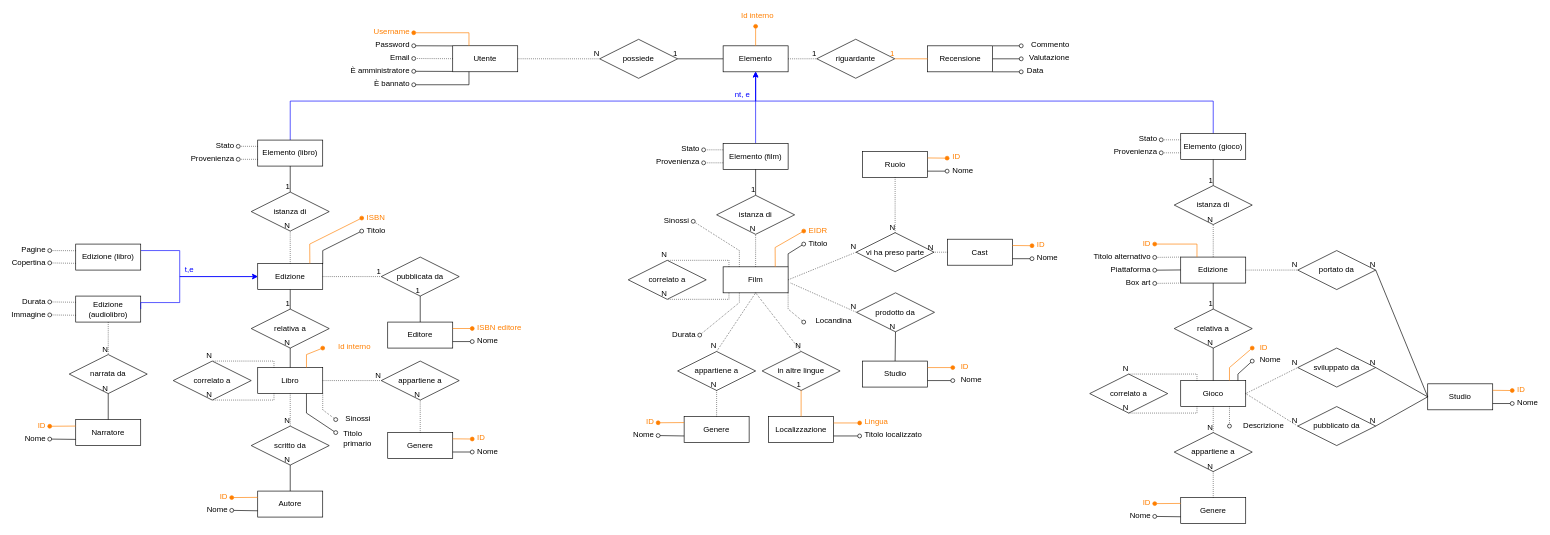
Above: schema-finale.drawio in Steffo99/unimore-bdd-2020-alexandria (draw.io), before the change. Source tidied: cells renumbered, new cells numbered last; positions are measured from the earlier drawing's top-left corner, leaving out a move shared by most shapes. Both pictures are drawn from the tidied source at 65%, with x=0, y=0 at pixel (49, 26).
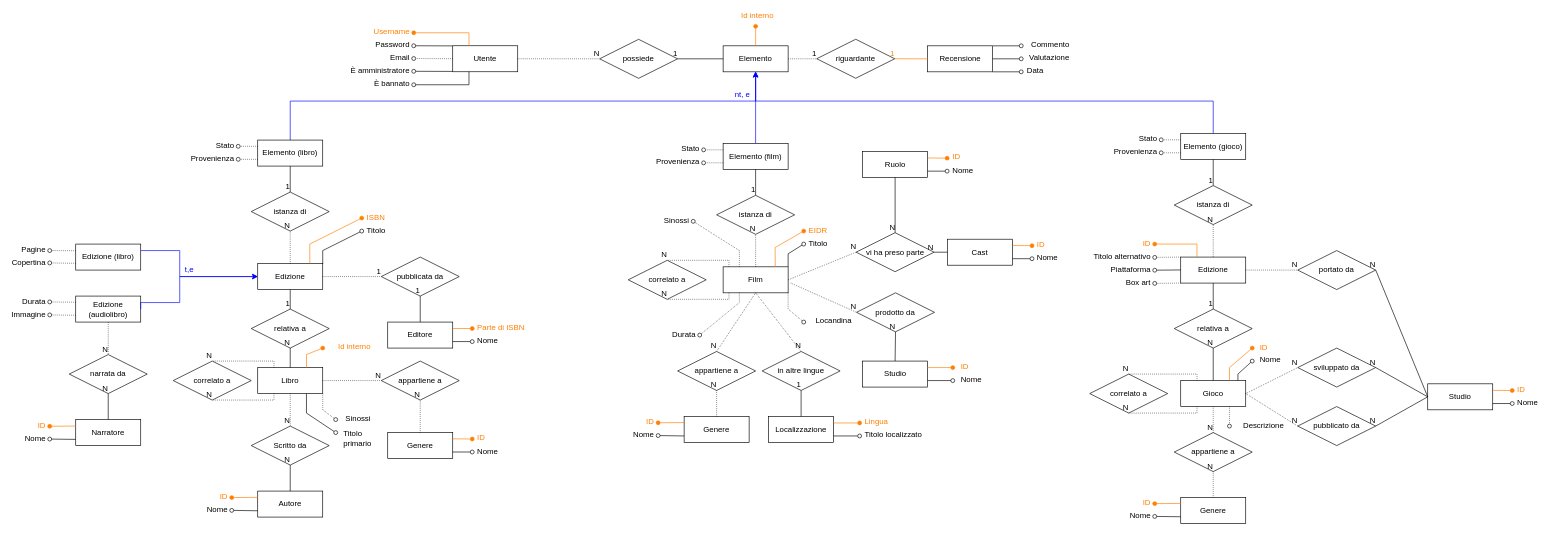
After the change.

Unchanged cells that the change refers to:
```xml
<mxCell id="55" value="Localizzazione" style="whiteSpace=wrap;html=1;align=center;" parent="1" vertex="1">
  <mxGeometry x="1106" y="600.2" width="100" height="40" as="geometry" />
</mxCell>
<mxCell id="57" value="Ruolo" style="whiteSpace=wrap;html=1;align=center;" parent="1" vertex="1">
  <mxGeometry x="1250.6" y="192.5" width="100" height="40" as="geometry" />
</mxCell>
<mxCell id="58" value="Cast" style="whiteSpace=wrap;html=1;align=center;" parent="1" vertex="1">
  <mxGeometry x="1381.2" y="327.5" width="100" height="40" as="geometry" />
</mxCell>
<mxCell id="74" value="vi ha preso parte" style="shape=rhombus;perimeter=rhombusPerimeter;whiteSpace=wrap;html=1;align=center;strokeColor=#000000;" parent="1" vertex="1">
  <mxGeometry x="1240.6" y="317.5" width="120" height="60" as="geometry" />
</mxCell>
<mxCell id="79" value="in altre lingue" style="shape=rhombus;perimeter=rhombusPerimeter;whiteSpace=wrap;html=1;align=center;" parent="1" vertex="1">
  <mxGeometry x="1096" y="500.2" width="120" height="60" as="geometry" />
</mxCell>
<mxCell id="132" style="endArrow=oval;html=1;rounded=0;strokeColor=#FF7F00;exitX=1;exitY=0.5;exitDx=0;exitDy=0;endFill=1;" parent="1" edge="1">
  <mxGeometry relative="1" as="geometry">
    <mxPoint x="620" y="464.9" as="sourcePoint" />
    <mxPoint x="650" y="464.9" as="targetPoint" />
  </mxGeometry>
</mxCell>
```

The edit, as a diff of the source:
```diff
@@
-    <mxCell id="38" value="&lt;div&gt;scritto da&lt;/div&gt;" style="shape=rhombus;perimeter=rhombusPerimeter;whiteSpace=wrap;html=1;align=center;" parent="1" vertex="1">
+    <mxCell id="38" value="Scritto da" style="shape=rhombus;perimeter=rhombusPerimeter;whiteSpace=wrap;html=1;align=center;" parent="1" vertex="1">
       <mxGeometry x="310" y="615" width="120" height="60" as="geometry" />
     </mxCell>
@@
-    <mxCell id="82" style="endArrow=none;html=1;rounded=0;entryX=0.5;entryY=1;entryDx=0;entryDy=0;exitX=0.5;exitY=0;exitDx=0;exitDy=0;strokeColor=#FF7F00;" parent="1" edge="1" source="55" target="79">
+    <mxCell id="82" style="endArrow=none;html=1;rounded=0;entryX=0.5;entryY=1;entryDx=0;entryDy=0;exitX=0.5;exitY=0;exitDx=0;exitDy=0;" parent="1" edge="1" source="55" target="79">
       <mxGeometry relative="1" as="geometry" />
     </mxCell>
@@
-    <mxCell id="133" value="ISBN editore" style="align=left;verticalAlign=middle;fontColor=#FF7F00;html=1;spacingRight=0;spacingBottom=4;spacingLeft=6;" parent="132" vertex="1">
+    <mxCell id="133" value="Parte di ISBN" style="align=left;verticalAlign=middle;fontColor=#FF7F00;html=1;spacingRight=0;spacingBottom=4;spacingLeft=6;" parent="132" vertex="1">
       <mxGeometry x="1" relative="1" as="geometry" />
     </mxCell>
@@
-    <mxCell id="257" style="endArrow=none;html=1;rounded=0;dashed=1;dashPattern=1 2;entryX=0.5;entryY=0;entryDx=0;entryDy=0;exitX=0.5;exitY=1;exitDx=0;exitDy=0;" parent="1" edge="1" source="57" target="74">
+    <mxCell id="257" style="endArrow=none;html=1;rounded=0;entryX=0.5;entryY=0;entryDx=0;entryDy=0;exitX=0.5;exitY=1;exitDx=0;exitDy=0;" parent="1" edge="1" source="57" target="74">
       <mxGeometry relative="1" as="geometry" />
     </mxCell>
@@
-    <mxCell id="259" style="endArrow=none;html=1;rounded=0;dashed=1;dashPattern=1 2;entryX=1;entryY=0.5;entryDx=0;entryDy=0;exitX=0;exitY=0.5;exitDx=0;exitDy=0;" parent="1" edge="1" source="58" target="74">
+    <mxCell id="259" style="endArrow=none;html=1;rounded=0;entryX=1;entryY=0.5;entryDx=0;entryDy=0;exitX=0;exitY=0.5;exitDx=0;exitDy=0;" parent="1" edge="1" source="58" target="74">
       <mxGeometry relative="1" as="geometry" />
     </mxCell>
```
